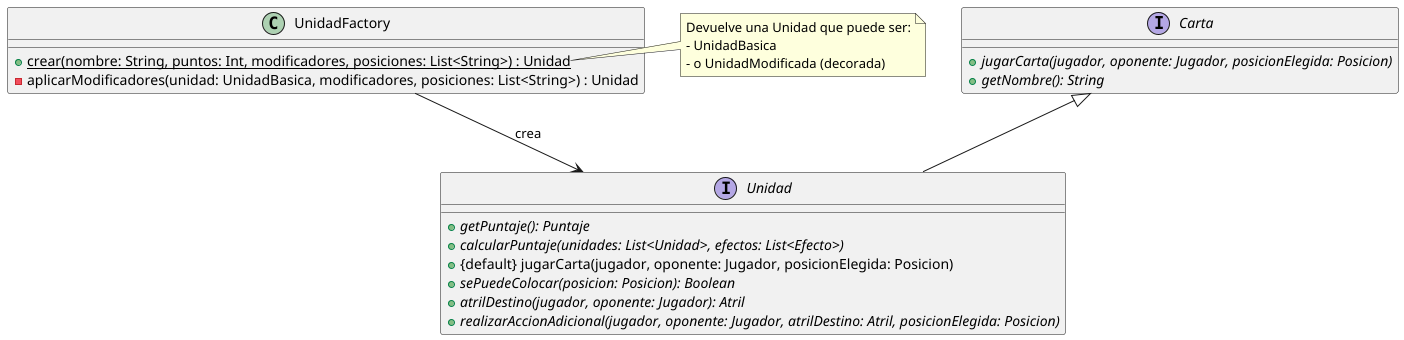
SebastianColazo-111737/ParadigmasTP2 keeps this PlantUML diagram as informe/diagramas/clases/UnidadFactory.png. Above is the earlier version. Its diagram source:
```plantuml
@startuml

interface Carta {
  + {abstract} jugarCarta(jugador, oponente: Jugador, posicionElegida: Posicion)
  + {abstract} getNombre(): String
}

Carta <|-- Unidad

interface Unidad {
  + {abstract} getPuntaje(): Puntaje
  + {abstract} calcularPuntaje(unidades: List<Unidad>, efectos: List<Efecto>)
  + {default} jugarCarta(jugador, oponente: Jugador, posicionElegida: Posicion)
  + {abstract} sePuedeColocar(posicion: Posicion): Boolean
  + {abstract} atrilDestino(jugador, oponente: Jugador): Atril
  + {abstract} realizarAccionAdicional(jugador, oponente: Jugador, atrilDestino: Atril, posicionElegida: Posicion)
}

class UnidadFactory {
  + {static} crear(nombre: String, puntos: Int, modificadores, posiciones: List<String>) : Unidad
  - aplicarModificadores(unidad: UnidadBasica, modificadores, posiciones: List<String>) : Unidad
}

UnidadFactory --> Unidad : crea

note right of UnidadFactory::crear
  Devuelve una Unidad que puede ser:
  - UnidadBasica
  - o UnidadModificada (decorada)
end note

@enduml
```
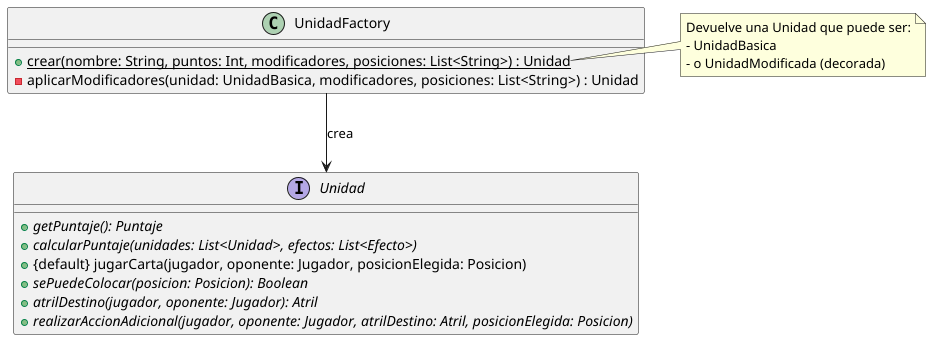
After the commit.

What changed in the source:
```diff
@@ -1,11 +1,5 @@
 @startuml
 
-interface Carta {
-  + {abstract} jugarCarta(jugador, oponente: Jugador, posicionElegida: Posicion)
-  + {abstract} getNombre(): String
-}
-
-Carta <|-- Unidad
 
 interface Unidad {
   + {abstract} getPuntaje(): Puntaje
```
